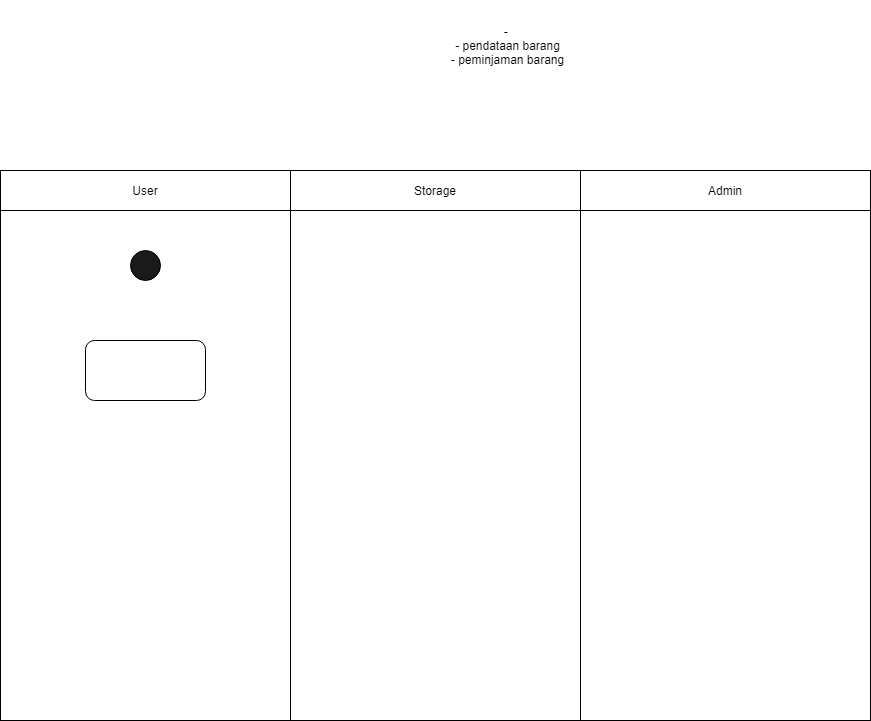
johannfac/aplikasipeminjamanaset keeps this draw.io diagram as diagrams/Activity Diagram.drawio.png. Above is the earlier version. Source tidied: cells renumbered, new cells last; positions are measured from the earlier drawing's top-left corner, leaving out a move shared by most shapes.
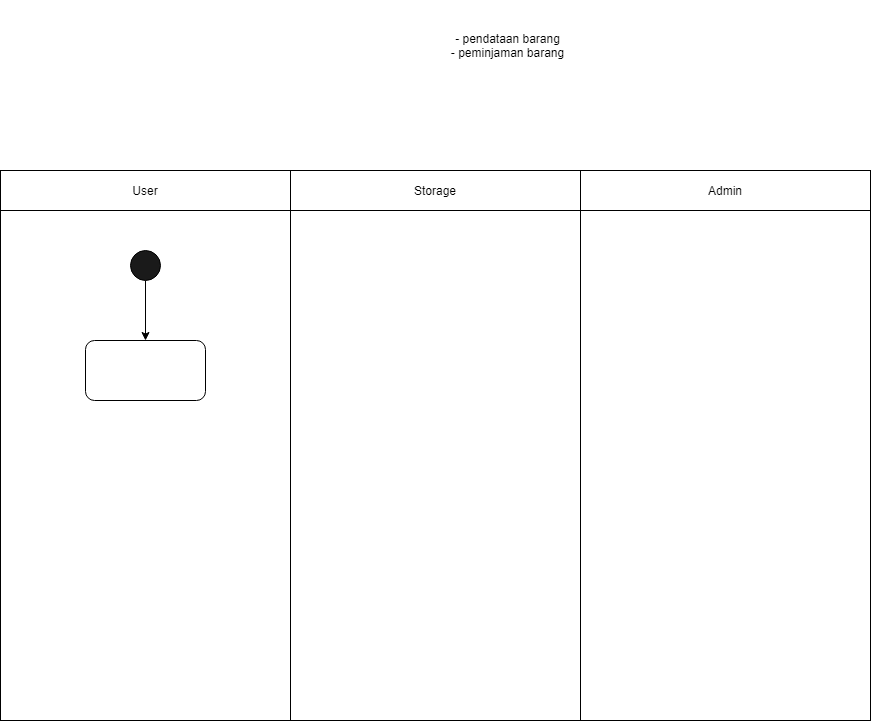
Above is the later version.

Diff of the diagram source:
```diff
@@ -8,13 +8,16 @@
     <mxCell id="3" style="rounded=0;whiteSpace=wrap;html=1;fillColor=#FFFFFF;" parent="1" vertex="1">
       <mxGeometry y="210" width="290" height="510" as="geometry" />
     </mxCell>
+    <mxCell id="11" style="edgeStyle=orthogonalEdgeStyle;rounded=0;jettySize=auto;html=1;exitX=0.5;exitY=1;exitDx=0;exitDy=0;" parent="1" edge="1" source="4" target="5">
+      <mxGeometry relative="1" as="geometry" />
+    </mxCell>
     <mxCell id="4" style="ellipse;whiteSpace=wrap;html=1;fillColor=#1A1A1A;" parent="1" vertex="1">
       <mxGeometry x="130" y="250" width="30" height="30" as="geometry" />
     </mxCell>
     <mxCell id="5" style="rounded=1;whiteSpace=wrap;html=1;fillColor=#FFFFFF;" parent="1" vertex="1">
       <mxGeometry x="85" y="340" width="120" height="60" as="geometry" />
     </mxCell>
-    <mxCell id="6" value="-&amp;nbsp;&lt;br&gt;- pendataan barang&lt;br&gt;- peminjaman barang" style="text;html=1;strokeColor=none;fillColor=none;align=center;verticalAlign=middle;whiteSpace=wrap;rounded=0;" parent="1" vertex="1">
+    <mxCell id="6" value="- pendataan barang&lt;br&gt;- peminjaman barang" style="text;html=1;strokeColor=none;fillColor=none;align=center;verticalAlign=middle;whiteSpace=wrap;rounded=0;" parent="1" vertex="1">
       <mxGeometry x="440" width="135" height="90" as="geometry" />
     </mxCell>
     <mxCell id="7" value="User" style="rounded=0;whiteSpace=wrap;html=1;fillColor=#FFFFFF;" parent="1" vertex="1">
```
